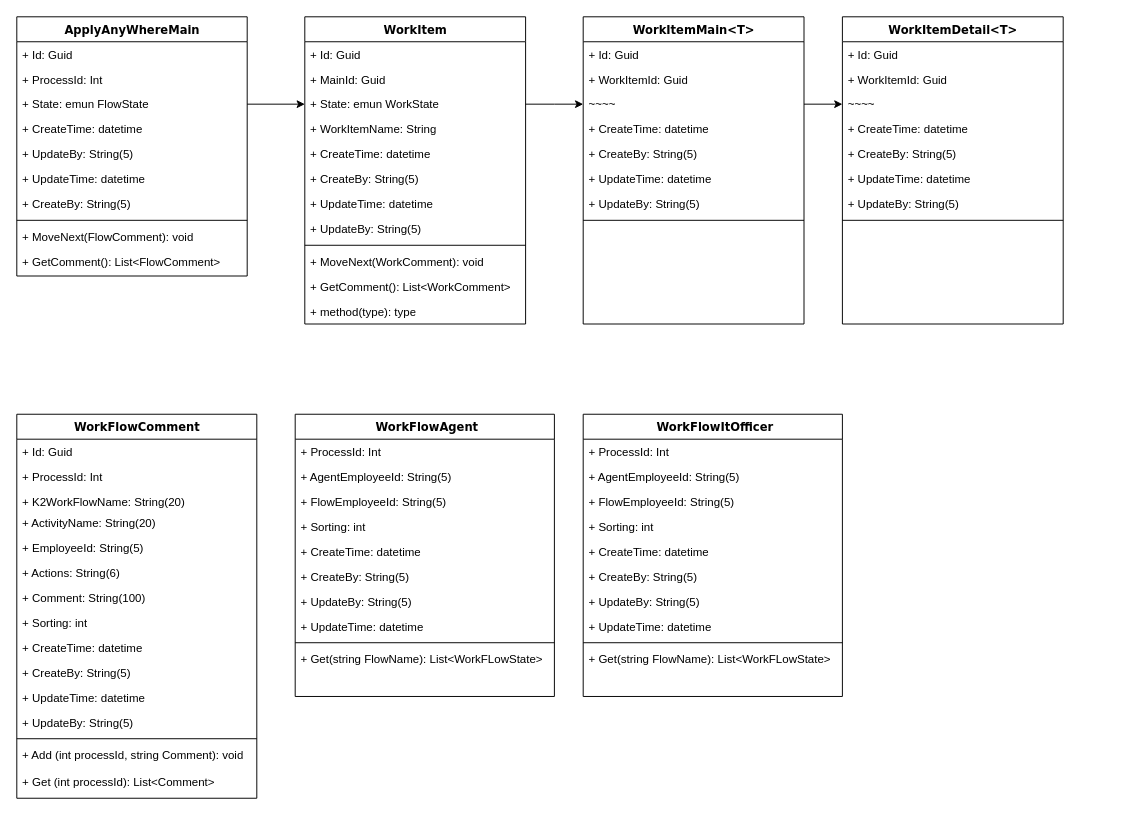
Above: ApplyAnywhereUml.drawio in chadyeh-yc/ApplyAnywhere (draw.io), before the change. Source tidied: cells renumbered, new cells numbered last; positions are measured from the earlier drawing's top-left corner, leaving out a move shared by most shapes. Both pictures are drawn from the tidied source at 96%, with x=0, y=0 at pixel (16, 16).
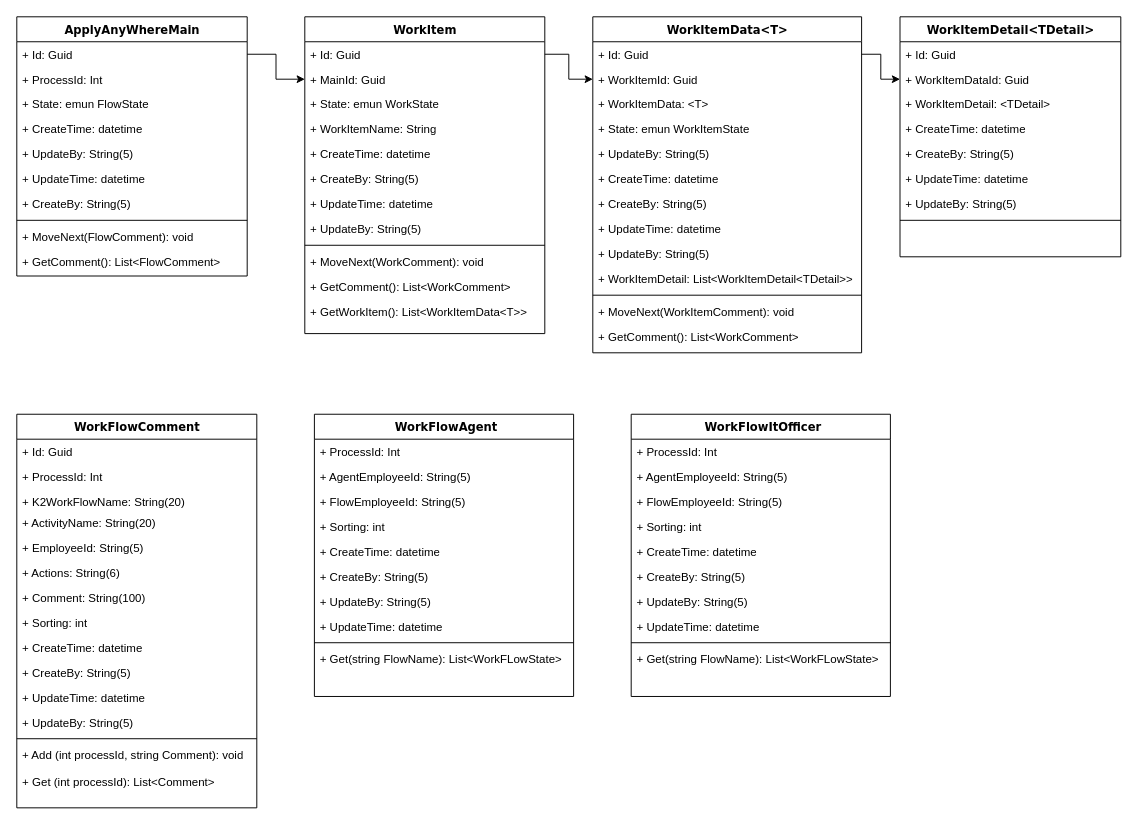
After the change.

Unchanged cells that the change refers to:
```xml
<mxCell id="30" value="+ Id: Guid" style="text;html=1;strokeColor=none;fillColor=none;align=left;verticalAlign=top;spacingLeft=4;spacingRight=4;whiteSpace=wrap;overflow=hidden;points=[[0,0.5],[1,0.5]];portConstraint=eastwest;" parent="29" vertex="1">
  <mxGeometry y="26" width="240" height="26" as="geometry" />
</mxCell>
<mxCell id="32" value="+ State:&amp;nbsp;emun FlowState" style="text;html=1;strokeColor=none;fillColor=none;align=left;verticalAlign=top;spacingLeft=4;spacingRight=4;whiteSpace=wrap;overflow=hidden;points=[[0,0.5],[1,0.5]];portConstraint=eastwest;" parent="29" vertex="1">
  <mxGeometry y="78" width="240" height="26" as="geometry" />
</mxCell>
```

The edit, as a diff of the source:
```diff
@@
     <mxCell id="2" value="WorkFlowComment" style="swimlane;html=1;fontStyle=1;align=center;verticalAlign=top;horizontal=1;startSize=26;swimlaneFillColor=#ffffff;rounded=0;shadow=0;comic=0;labelBackgroundColor=none;strokeWidth=1;fillColor=none;fontFamily=Verdana;fontSize=12;" parent="1" vertex="1">
-      <mxGeometry y="414" width="250" height="400" as="geometry" />
+      <mxGeometry y="414" width="250" height="410" as="geometry" />
     </mxCell>
@@
     <mxCell id="18" value="&amp;nbsp;WorkFlowAgent" style="swimlane;html=1;fontStyle=1;align=center;verticalAlign=top;horizontal=1;startSize=26;swimlaneFillColor=#ffffff;rounded=0;shadow=0;comic=0;labelBackgroundColor=none;strokeWidth=1;fillColor=none;fontFamily=Verdana;fontSize=12;" parent="1" vertex="1">
-      <mxGeometry x="290" y="414" width="270" height="294" as="geometry" />
+      <mxGeometry x="310" y="414" width="270" height="294" as="geometry" />
     </mxCell>
@@
-    <mxCell id="40" value="WorkItem&lt;br&gt;" style="swimlane;html=1;fontStyle=1;align=center;verticalAlign=top;horizontal=1;startSize=26;swimlaneFillColor=#ffffff;rounded=0;shadow=0;comic=0;labelBackgroundColor=none;strokeWidth=1;fillColor=none;fontFamily=Verdana;fontSize=12;" parent="1" vertex="1">
-      <mxGeometry x="300" width="230" height="320" as="geometry" />
+    <mxCell id="40" value="WorkItem" style="swimlane;html=1;fontStyle=1;align=center;verticalAlign=top;horizontal=1;startSize=26;swimlaneFillColor=#ffffff;rounded=0;shadow=0;comic=0;labelBackgroundColor=none;strokeWidth=1;fillColor=none;fontFamily=Verdana;fontSize=12;" parent="1" vertex="1">
+      <mxGeometry x="300" width="250" height="330" as="geometry" />
     </mxCell>
     <mxCell id="41" value="+ Id: Guid" style="text;html=1;strokeColor=none;fillColor=none;align=left;verticalAlign=top;spacingLeft=4;spacingRight=4;whiteSpace=wrap;overflow=hidden;points=[[0,0.5],[1,0.5]];portConstraint=eastwest;" parent="40" vertex="1">
-      <mxGeometry y="26" width="230" height="26" as="geometry" />
+      <mxGeometry y="26" width="250" height="26" as="geometry" />
     </mxCell>
     <mxCell id="42" value="+ MainId: Guid" style="text;html=1;strokeColor=none;fillColor=none;align=left;verticalAlign=top;spacingLeft=4;spacingRight=4;whiteSpace=wrap;overflow=hidden;points=[[0,0.5],[1,0.5]];portConstraint=eastwest;" parent="40" vertex="1">
-      <mxGeometry y="52" width="230" height="26" as="geometry" />
+      <mxGeometry y="52" width="250" height="26" as="geometry" />
     </mxCell>
     <mxCell id="43" value="+ State:&amp;nbsp;emun WorkState" style="text;html=1;strokeColor=none;fillColor=none;align=left;verticalAlign=top;spacingLeft=4;spacingRight=4;whiteSpace=wrap;overflow=hidden;points=[[0,0.5],[1,0.5]];portConstraint=eastwest;" parent="40" vertex="1">
-      <mxGeometry y="78" width="230" height="26" as="geometry" />
+      <mxGeometry y="78" width="250" height="26" as="geometry" />
     </mxCell>
     <mxCell id="44" value="+ WorkItemName: String" style="text;html=1;strokeColor=none;fillColor=none;align=left;verticalAlign=top;spacingLeft=4;spacingRight=4;whiteSpace=wrap;overflow=hidden;" parent="40" vertex="1">
-      <mxGeometry y="104" width="230" height="26" as="geometry" />
+      <mxGeometry y="104" width="250" height="26" as="geometry" />
     </mxCell>
     <mxCell id="45" value="+ CreateTime:&amp;nbsp;datetime" style="text;html=1;strokeColor=none;fillColor=none;align=left;verticalAlign=top;spacingLeft=4;spacingRight=4;whiteSpace=wrap;overflow=hidden;" parent="40" vertex="1">
-      <mxGeometry y="130" width="230" height="26" as="geometry" />
+      <mxGeometry y="130" width="250" height="26" as="geometry" />
     </mxCell>
     <mxCell id="46" value="+ CreateBy: String(5)" style="text;html=1;strokeColor=none;fillColor=none;align=left;verticalAlign=top;spacingLeft=4;spacingRight=4;whiteSpace=wrap;overflow=hidden;" parent="40" vertex="1">
-      <mxGeometry y="156" width="230" height="26" as="geometry" />
+      <mxGeometry y="156" width="250" height="26" as="geometry" />
     </mxCell>
     <mxCell id="47" value="+ UpdateTime:&amp;nbsp;datetime" style="text;html=1;strokeColor=none;fillColor=none;align=left;verticalAlign=top;spacingLeft=4;spacingRight=4;whiteSpace=wrap;overflow=hidden;" parent="40" vertex="1">
-      <mxGeometry y="182" width="230" height="26" as="geometry" />
+      <mxGeometry y="182" width="250" height="26" as="geometry" />
     </mxCell>
     <mxCell id="48" value="+ UpdateBy: String(5)" style="text;html=1;strokeColor=none;fillColor=none;align=left;verticalAlign=top;spacingLeft=4;spacingRight=4;whiteSpace=wrap;overflow=hidden;" parent="40" vertex="1">
-      <mxGeometry y="208" width="230" height="26" as="geometry" />
+      <mxGeometry y="208" width="250" height="26" as="geometry" />
     </mxCell>
     <mxCell id="49" style="line;html=1;strokeWidth=1;fillColor=none;align=left;verticalAlign=middle;spacingTop=-1;spacingLeft=3;spacingRight=3;labelPosition=right;" parent="40" vertex="1">
-      <mxGeometry y="234" width="230" height="8" as="geometry" />
+      <mxGeometry y="234" width="250" height="8" as="geometry" />
     </mxCell>
     <mxCell id="50" value="+ MoveNext(WorkComment): void" style="text;html=1;strokeColor=none;fillColor=none;align=left;verticalAlign=top;spacingLeft=4;spacingRight=4;whiteSpace=wrap;overflow=hidden;" parent="40" vertex="1">
-      <mxGeometry y="242" width="230" height="26" as="geometry" />
+      <mxGeometry y="242" width="250" height="26" as="geometry" />
     </mxCell>
     <mxCell id="51" value="+ GetComment(): List&amp;lt;WorkComment&amp;gt;" style="text;html=1;strokeColor=none;fillColor=none;align=left;verticalAlign=top;spacingLeft=4;spacingRight=4;whiteSpace=wrap;overflow=hidden;" parent="40" vertex="1">
-      <mxGeometry y="268" width="230" height="26" as="geometry" />
+      <mxGeometry y="268" width="250" height="26" as="geometry" />
     </mxCell>
-    <mxCell id="52" value="+ method(type): type" style="text;html=1;strokeColor=none;fillColor=none;align=left;verticalAlign=top;spacingLeft=4;spacingRight=4;whiteSpace=wrap;overflow=hidden;" parent="40" vertex="1">
-      <mxGeometry y="294" width="230" height="26" as="geometry" />
-    </mxCell>
+    <mxCell id="85" value="+ GetWorkItem(): List&amp;lt;WorkItemData&amp;lt;T&amp;gt;&amp;gt;" style="text;html=1;strokeColor=none;fillColor=none;align=left;verticalAlign=top;spacingLeft=4;spacingRight=4;whiteSpace=wrap;overflow=hidden;" parent="40" vertex="1">
+      <mxGeometry y="294" width="250" height="26" as="geometry" />
+    </mxCell>
-    <mxCell id="53" value="WorkItemMain&amp;lt;T&amp;gt;" style="swimlane;html=1;fontStyle=1;align=center;verticalAlign=top;horizontal=1;startSize=26;swimlaneFillColor=#ffffff;rounded=0;shadow=0;comic=0;labelBackgroundColor=none;strokeWidth=1;fillColor=none;fontFamily=Verdana;fontSize=12;" parent="1" vertex="1">
-      <mxGeometry x="590" width="230" height="320" as="geometry" />
+    <mxCell id="53" value="WorkItemData&amp;lt;T&amp;gt;" style="swimlane;html=1;fontStyle=1;align=center;verticalAlign=top;horizontal=1;startSize=26;swimlaneFillColor=#ffffff;rounded=0;shadow=0;comic=0;labelBackgroundColor=none;strokeWidth=1;fillColor=none;fontFamily=Verdana;fontSize=12;" parent="1" vertex="1">
+      <mxGeometry x="600" width="280" height="350" as="geometry" />
     </mxCell>
     <mxCell id="54" value="+ Id: Guid" style="text;html=1;strokeColor=none;fillColor=none;align=left;verticalAlign=top;spacingLeft=4;spacingRight=4;whiteSpace=wrap;overflow=hidden;points=[[0,0.5],[1,0.5]];portConstraint=eastwest;" parent="53" vertex="1">
-      <mxGeometry y="26" width="230" height="26" as="geometry" />
+      <mxGeometry y="26" width="280" height="26" as="geometry" />
     </mxCell>
-    <mxCell id="55" value="+ WorkItemId: Guid&lt;br&gt;" style="text;html=1;strokeColor=none;fillColor=none;align=left;verticalAlign=top;spacingLeft=4;spacingRight=4;whiteSpace=wrap;overflow=hidden;points=[[0,0.5],[1,0.5]];portConstraint=eastwest;" parent="53" vertex="1">
-      <mxGeometry y="52" width="230" height="26" as="geometry" />
+    <mxCell id="55" value="+ WorkItemId: Guid" style="text;html=1;strokeColor=none;fillColor=none;align=left;verticalAlign=top;spacingLeft=4;spacingRight=4;whiteSpace=wrap;overflow=hidden;points=[[0,0.5],[1,0.5]];portConstraint=eastwest;" parent="53" vertex="1">
+      <mxGeometry y="52" width="280" height="26" as="geometry" />
     </mxCell>
-    <mxCell id="56" value="~~~~" style="text;html=1;strokeColor=none;fillColor=none;align=left;verticalAlign=top;spacingLeft=4;spacingRight=4;whiteSpace=wrap;overflow=hidden;points=[[0,0.5],[1,0.5]];portConstraint=eastwest;" parent="53" vertex="1">
-      <mxGeometry y="78" width="230" height="26" as="geometry" />
+    <mxCell id="56" value="+ WorkItemData: &amp;lt;T&amp;gt;" style="text;html=1;strokeColor=none;fillColor=none;align=left;verticalAlign=top;spacingLeft=4;spacingRight=4;whiteSpace=wrap;overflow=hidden;points=[[0,0.5],[1,0.5]];portConstraint=eastwest;" parent="53" vertex="1">
+      <mxGeometry y="78" width="280" height="26" as="geometry" />
     </mxCell>
+    <mxCell id="86" value="+ State:&amp;nbsp;emun WorkItemState" style="text;html=1;strokeColor=none;fillColor=none;align=left;verticalAlign=top;spacingLeft=4;spacingRight=4;whiteSpace=wrap;overflow=hidden;" parent="53" vertex="1">
+      <mxGeometry y="104" width="280" height="26" as="geometry" />
+    </mxCell>
+    <mxCell id="87" value="+ UpdateBy: String(5)" style="text;html=1;strokeColor=none;fillColor=none;align=left;verticalAlign=top;spacingLeft=4;spacingRight=4;whiteSpace=wrap;overflow=hidden;" parent="53" vertex="1">
+      <mxGeometry y="130" width="280" height="26" as="geometry" />
+    </mxCell>
     <mxCell id="57" value="+ CreateTime:&amp;nbsp;datetime" style="text;html=1;strokeColor=none;fillColor=none;align=left;verticalAlign=top;spacingLeft=4;spacingRight=4;whiteSpace=wrap;overflow=hidden;" parent="53" vertex="1">
-      <mxGeometry y="104" width="230" height="26" as="geometry" />
+      <mxGeometry y="156" width="280" height="26" as="geometry" />
     </mxCell>
     <mxCell id="58" value="+ CreateBy: String(5)" style="text;html=1;strokeColor=none;fillColor=none;align=left;verticalAlign=top;spacingLeft=4;spacingRight=4;whiteSpace=wrap;overflow=hidden;" parent="53" vertex="1">
-      <mxGeometry y="130" width="230" height="26" as="geometry" />
+      <mxGeometry y="182" width="280" height="26" as="geometry" />
     </mxCell>
     <mxCell id="59" value="+ UpdateTime:&amp;nbsp;datetime" style="text;html=1;strokeColor=none;fillColor=none;align=left;verticalAlign=top;spacingLeft=4;spacingRight=4;whiteSpace=wrap;overflow=hidden;" parent="53" vertex="1">
-      <mxGeometry y="156" width="230" height="26" as="geometry" />
+      <mxGeometry y="208" width="280" height="26" as="geometry" />
     </mxCell>
     <mxCell id="60" value="+ UpdateBy: String(5)" style="text;html=1;strokeColor=none;fillColor=none;align=left;verticalAlign=top;spacingLeft=4;spacingRight=4;whiteSpace=wrap;overflow=hidden;" parent="53" vertex="1">
-      <mxGeometry y="182" width="230" height="26" as="geometry" />
+      <mxGeometry y="234" width="280" height="26" as="geometry" />
     </mxCell>
+    <mxCell id="88" value="+ WorkItemDetail: List&amp;lt;WorkItemDetail&amp;lt;TDetail&amp;gt;&amp;gt;" style="text;html=1;strokeColor=none;fillColor=none;align=left;verticalAlign=top;spacingLeft=4;spacingRight=4;whiteSpace=wrap;overflow=hidden;" parent="53" vertex="1">
+      <mxGeometry y="260" width="280" height="26" as="geometry" />
+    </mxCell>
     <mxCell id="61" style="line;html=1;strokeWidth=1;fillColor=none;align=left;verticalAlign=middle;spacingTop=-1;spacingLeft=3;spacingRight=3;labelPosition=right;" parent="53" vertex="1">
-      <mxGeometry y="208" width="230" height="8" as="geometry" />
+      <mxGeometry y="286" width="280" height="8" as="geometry" />
     </mxCell>
-    <mxCell id="62" style="edgeStyle=orthogonalEdgeStyle;rounded=0;jettySize=auto;html=1;exitX=1;exitY=0.5;exitDx=0;exitDy=0;entryX=0;entryY=0.5;entryDx=0;entryDy=0;" parent="1" edge="1" source="32" target="43">
-      <mxGeometry relative="1" as="geometry" />
-    </mxCell>
-    <mxCell id="63" style="edgeStyle=orthogonalEdgeStyle;rounded=0;jettySize=auto;html=1;exitX=1;exitY=0.5;exitDx=0;exitDy=0;entryX=0;entryY=0.5;entryDx=0;entryDy=0;" parent="1" edge="1" source="43">
-      <mxGeometry relative="1" as="geometry">
-        <mxPoint x="590" y="91" as="targetPoint" />
-      </mxGeometry>
-    </mxCell>
+    <mxCell id="89" value="+ MoveNext(WorkItemComment): void" style="text;html=1;strokeColor=none;fillColor=none;align=left;verticalAlign=top;spacingLeft=4;spacingRight=4;whiteSpace=wrap;overflow=hidden;" parent="53" vertex="1">
+      <mxGeometry y="294" width="280" height="26" as="geometry" />
+    </mxCell>
+    <mxCell id="90" value="+ GetComment(): List&amp;lt;WorkComment&amp;gt;" style="text;html=1;strokeColor=none;fillColor=none;align=left;verticalAlign=top;spacingLeft=4;spacingRight=4;whiteSpace=wrap;overflow=hidden;" parent="53" vertex="1">
+      <mxGeometry y="320" width="280" height="26" as="geometry" />
+    </mxCell>
     <mxCell id="64" value="&amp;nbsp;WorkFlowItOfficer" style="swimlane;html=1;fontStyle=1;align=center;verticalAlign=top;horizontal=1;startSize=26;swimlaneFillColor=#ffffff;rounded=0;shadow=0;comic=0;labelBackgroundColor=none;strokeWidth=1;fillColor=none;fontFamily=Verdana;fontSize=12;" parent="1" vertex="1">
-      <mxGeometry x="590" y="414" width="270" height="294" as="geometry" />
+      <mxGeometry x="640" y="414" width="270" height="294" as="geometry" />
     </mxCell>
@@
-    <mxCell id="75" value="WorkItemDetail&amp;lt;T&amp;gt;" style="swimlane;html=1;fontStyle=1;align=center;verticalAlign=top;horizontal=1;startSize=26;swimlaneFillColor=#ffffff;rounded=0;shadow=0;comic=0;labelBackgroundColor=none;strokeWidth=1;fillColor=none;fontFamily=Verdana;fontSize=12;" parent="1" vertex="1">
-      <mxGeometry x="860" width="230" height="320" as="geometry" />
+    <mxCell id="75" value="WorkItemDetail&amp;lt;TDetail&amp;gt;" style="swimlane;html=1;fontStyle=1;align=center;verticalAlign=top;horizontal=1;startSize=26;swimlaneFillColor=#ffffff;rounded=0;shadow=0;comic=0;labelBackgroundColor=none;strokeWidth=1;fillColor=none;fontFamily=Verdana;fontSize=12;" parent="1" vertex="1">
+      <mxGeometry x="920" width="230" height="250" as="geometry" />
     </mxCell>
@@
-    <mxCell id="77" value="+ WorkItemId: Guid&lt;br&gt;" style="text;html=1;strokeColor=none;fillColor=none;align=left;verticalAlign=top;spacingLeft=4;spacingRight=4;whiteSpace=wrap;overflow=hidden;points=[[0,0.5],[1,0.5]];portConstraint=eastwest;" parent="75" vertex="1">
+    <mxCell id="77" value="+ WorkItemDataId: Guid" style="text;html=1;strokeColor=none;fillColor=none;align=left;verticalAlign=top;spacingLeft=4;spacingRight=4;whiteSpace=wrap;overflow=hidden;points=[[0,0.5],[1,0.5]];portConstraint=eastwest;" parent="75" vertex="1">
       <mxGeometry y="52" width="230" height="26" as="geometry" />
     </mxCell>
-    <mxCell id="78" value="~~~~&lt;br&gt;" style="text;html=1;strokeColor=none;fillColor=none;align=left;verticalAlign=top;spacingLeft=4;spacingRight=4;whiteSpace=wrap;overflow=hidden;points=[[0,0.5],[1,0.5]];portConstraint=eastwest;" parent="75" vertex="1">
+    <mxCell id="78" value="+ WorkItemDetail: &amp;lt;TDetail&amp;gt;" style="text;html=1;strokeColor=none;fillColor=none;align=left;verticalAlign=top;spacingLeft=4;spacingRight=4;whiteSpace=wrap;overflow=hidden;points=[[0,0.5],[1,0.5]];portConstraint=eastwest;" parent="75" vertex="1">
       <mxGeometry y="78" width="230" height="26" as="geometry" />
     </mxCell>
@@
-    <mxCell id="84" style="edgeStyle=orthogonalEdgeStyle;rounded=0;jettySize=auto;html=1;exitX=1;exitY=0.5;exitDx=0;exitDy=0;" parent="1" edge="1" source="56" target="78">
-      <mxGeometry relative="1" as="geometry" />
-    </mxCell>
+    <mxCell id="91" style="edgeStyle=orthogonalEdgeStyle;rounded=0;jettySize=auto;html=1;exitX=1;exitY=0.5;exitDx=0;exitDy=0;entryX=0;entryY=0.5;entryDx=0;entryDy=0;" parent="1" edge="1" source="30" target="42">
+      <mxGeometry relative="1" as="geometry" />
+    </mxCell>
+    <mxCell id="92" style="edgeStyle=orthogonalEdgeStyle;rounded=0;jettySize=auto;html=1;exitX=1;exitY=0.5;exitDx=0;exitDy=0;entryX=0;entryY=0.5;entryDx=0;entryDy=0;" parent="1" edge="1" source="41" target="55">
+      <mxGeometry relative="1" as="geometry" />
+    </mxCell>
+    <mxCell id="93" style="edgeStyle=orthogonalEdgeStyle;rounded=0;jettySize=auto;html=1;exitX=1;exitY=0.5;exitDx=0;exitDy=0;entryX=0;entryY=0.5;entryDx=0;entryDy=0;" parent="1" edge="1" source="54" target="77">
+      <mxGeometry relative="1" as="geometry" />
+    </mxCell>
```
